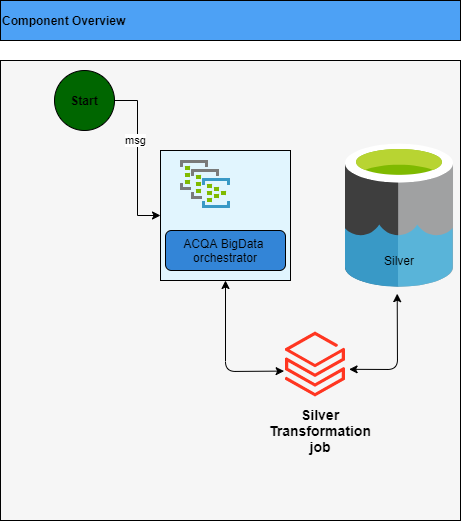
The draw.io diagram proposal_1.png in mdfarooqii/farooq_demo_project, before a commit. Source tidied: cells renumbered, new cells last; positions are measured from the earlier drawing's top-left corner, leaving out a move shared by most shapes.
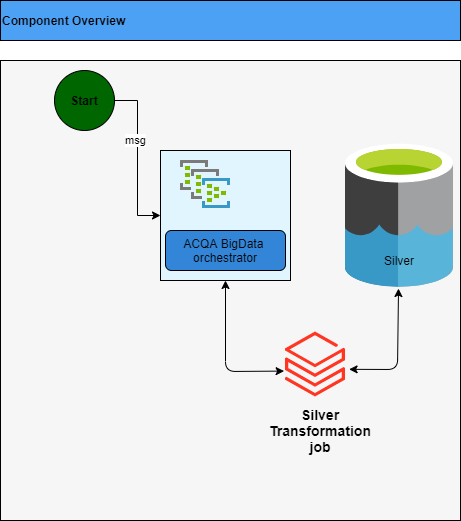
Later version of the same file.

Diff of the diagram source:
```diff
@@ -28,7 +28,7 @@
     <mxCell id="9" value="&lt;font style=&quot;font-size: 14px&quot;&gt;&lt;b&gt;Silver Transformation job&lt;/b&gt;&lt;/font&gt;" style="text;html=1;strokeColor=none;fillColor=none;align=center;verticalAlign=middle;whiteSpace=wrap;rounded=0;" parent="1" vertex="1">
       <mxGeometry x="260" y="390" width="120" height="80" as="geometry" />
     </mxCell>
-    <mxCell id="10" style="endArrow=classic;startArrow=classic;html=1;entryX=0.477;entryY=1.048;entryDx=0;entryDy=0;exitX=1.06;exitY=0.571;exitDx=0;exitDy=0;exitPerimeter=0;entryPerimeter=0;" parent="1" edge="1" source="6" target="15">
+    <mxCell id="10" style="endArrow=classic;startArrow=classic;html=1;entryX=0.489;entryY=1.012;entryDx=0;entryDy=0;exitX=1.06;exitY=0.571;exitDx=0;exitDy=0;exitPerimeter=0;entryPerimeter=0;" parent="1" edge="1" source="6" target="15">
       <mxGeometry relative="1" as="geometry">
         <Array as="points">
           <mxPoint x="397" y="369" />
```
